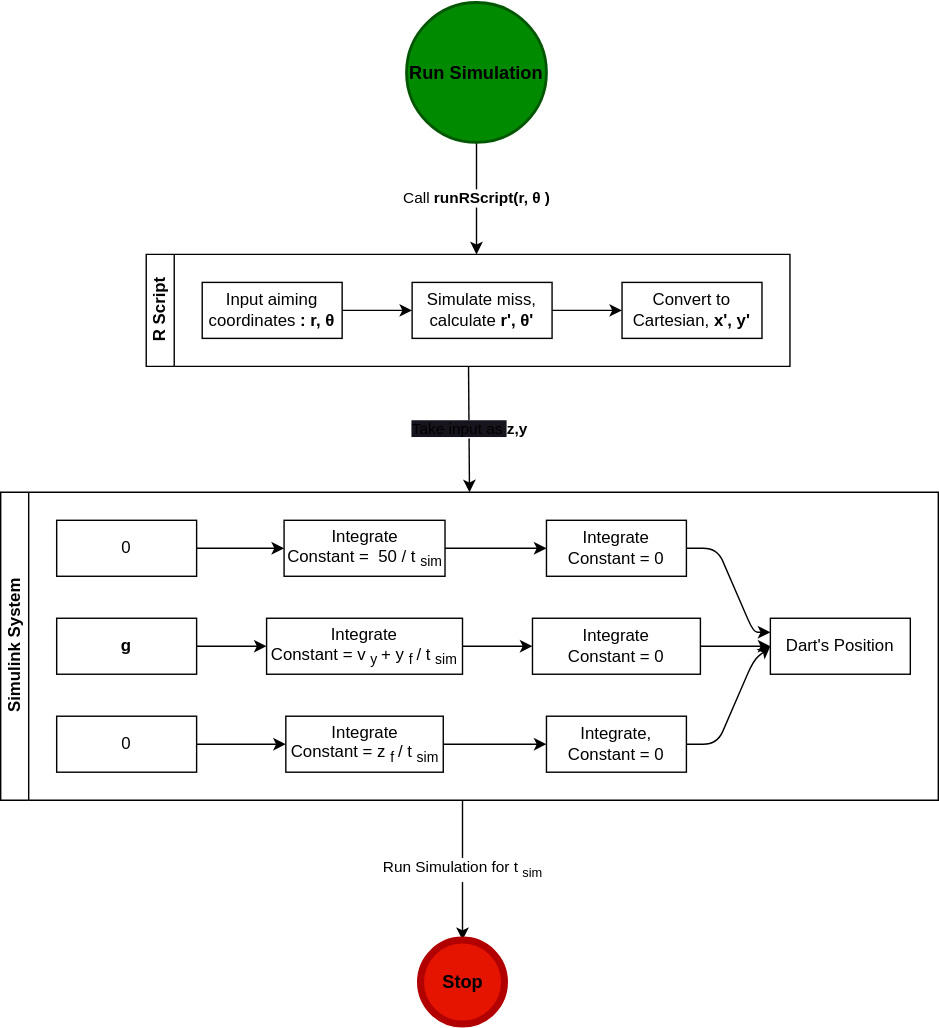
Before: img/projFlow.drawio.svg, a diagram exported from draw.io (ojaroker/Darts). Source tidied: cells renumbered, new cells last; positions are measured from the earlier drawing's top-left corner, leaving out a move shared by most shapes.
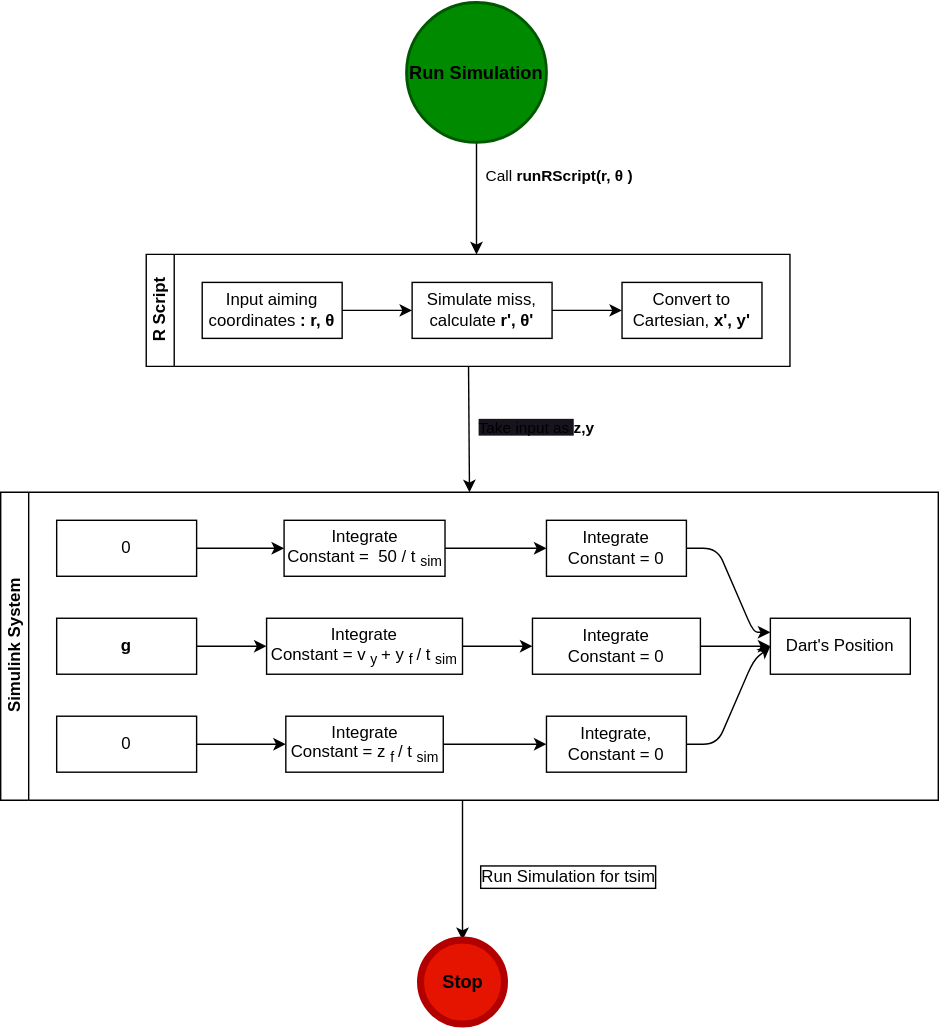
After the change.

What changed in the source:
```diff
@@ -2,7 +2,7 @@
   <root>
     <mxCell id="0" />
     <mxCell id="1" parent="0" />
-    <mxCell id="2" value="&lt;span style=&quot;border-color: rgb(0, 0, 0); color: rgb(0, 0, 0); font-family: Helvetica; font-size: 11px; font-style: normal; font-variant-ligatures: normal; font-variant-caps: normal; font-weight: 400; letter-spacing: normal; orphans: 2; text-align: center; text-indent: 0px; text-transform: none; widows: 2; word-spacing: 0px; -webkit-text-stroke-width: 0px; text-decoration-thickness: initial; text-decoration-style: initial; text-decoration-color: initial;&quot;&gt;Call&amp;nbsp;&lt;/span&gt;&lt;b style=&quot;border-color: rgb(0, 0, 0); color: rgb(0, 0, 0); font-family: Helvetica; font-size: 11px; font-style: normal; font-variant-ligatures: normal; font-variant-caps: normal; letter-spacing: normal; orphans: 2; text-align: center; text-indent: 0px; text-transform: none; widows: 2; word-spacing: 0px; -webkit-text-stroke-width: 0px; text-decoration-thickness: initial; text-decoration-style: initial; text-decoration-color: initial;&quot;&gt;runRScript(r,&lt;/b&gt;&lt;span style=&quot;border-color: rgb(0, 0, 0); color: rgb(0, 0, 0); font-family: Helvetica; font-size: 11px; font-style: normal; font-variant-ligatures: normal; font-variant-caps: normal; font-weight: 400; letter-spacing: normal; orphans: 2; text-indent: 0px; text-transform: none; widows: 2; word-spacing: 0px; -webkit-text-stroke-width: 0px; text-decoration-thickness: initial; text-decoration-style: initial; text-decoration-color: initial; text-align: start;&quot;&gt;&lt;b style=&quot;border-color: rgb(0, 0, 0);&quot;&gt;θ&lt;/b&gt;&lt;/span&gt;&lt;b style=&quot;border-color: rgb(0, 0, 0); color: rgb(0, 0, 0); font-family: Helvetica; font-size: 11px; font-style: normal; font-variant-ligatures: normal; font-variant-caps: normal; letter-spacing: normal; orphans: 2; text-align: center; text-indent: 0px; text-transform: none; widows: 2; word-spacing: 0px; -webkit-text-stroke-width: 0px; text-decoration-thickness: initial; text-decoration-style: initial; text-decoration-color: initial;&quot;&gt;)&lt;/b&gt;" style="edgeStyle=none;html=1;fontColor=#000000;" parent="1" edge="1" source="3">
+    <mxCell id="2" style="edgeStyle=none;html=1;fontColor=#000000;" parent="1" edge="1" source="3">
       <mxGeometry relative="1" as="geometry">
         <mxPoint x="340" y="180" as="targetPoint" />
       </mxGeometry>
@@ -10,8 +10,8 @@
     <mxCell id="3" value="&lt;font size=&quot;1&quot; color=&quot;#000000&quot;&gt;&lt;b style=&quot;font-size: 13px;&quot;&gt;Run Simulation&lt;/b&gt;&lt;/font&gt;" style="strokeWidth=2;html=1;shape=mxgraph.flowchart.start_2;whiteSpace=wrap;fillColor=#008a00;fontColor=#ffffff;strokeColor=#005700;" parent="1" vertex="1">
       <mxGeometry x="290" width="100" height="100" as="geometry" />
     </mxCell>
-    <mxCell id="4" value="&lt;span style=&quot;color: rgb(0, 0, 0); font-family: Helvetica; font-size: 11px; font-style: normal; font-variant-ligatures: normal; font-variant-caps: normal; font-weight: 400; letter-spacing: normal; orphans: 2; text-align: center; text-indent: 0px; text-transform: none; widows: 2; word-spacing: 0px; -webkit-text-stroke-width: 0px; background-color: rgb(24, 20, 29); text-decoration-thickness: initial; text-decoration-style: initial; text-decoration-color: initial; float: none; display: inline !important;&quot;&gt;Take input as&lt;span&gt;&amp;nbsp;&lt;/span&gt;&lt;/span&gt;&lt;b style=&quot;border-color: rgb(0, 0, 0); color: rgb(0, 0, 0); font-family: Helvetica; font-size: 11px; font-style: normal; font-variant-ligatures: normal; font-variant-caps: normal; letter-spacing: normal; orphans: 2; text-align: center; text-indent: 0px; text-transform: none; widows: 2; word-spacing: 0px; -webkit-text-stroke-width: 0px; text-decoration-thickness: initial; text-decoration-style: initial; text-decoration-color: initial;&quot;&gt;z,y&lt;/b&gt;" style="edgeStyle=none;html=1;fontColor=#000000;entryX=0.5;entryY=0;entryDx=0;entryDy=0;" parent="1" edge="1" source="5" target="12">
-      <mxGeometry relative="1" as="geometry" />
+    <mxCell id="4" style="edgeStyle=none;html=1;fontColor=#000000;entryX=0.5;entryY=0;entryDx=0;entryDy=0;" parent="1" edge="1" source="5" target="12">
+      <mxGeometry x="-0.11" y="25" relative="1" as="geometry" />
     </mxCell>
     <mxCell id="5" value="R Script" style="swimlane;html=1;startSize=20;horizontal=0;flowOrientation=west;interRankCellSpacing=50;containerType=tree;fontSize=12;" parent="1" vertex="1">
       <mxGeometry x="104" y="180" width="460" height="80" as="geometry" />
@@ -41,7 +41,7 @@
     <mxCell id="10" value="Convert to Cartesian, &lt;b&gt;x', y'&lt;/b&gt;" style="whiteSpace=wrap;html=1;align=center;" parent="5" vertex="1">
       <mxGeometry x="340" y="20" width="100" height="40" as="geometry" />
     </mxCell>
-    <mxCell id="11" value="&lt;span style=&quot;color: rgb(0, 0, 0); font-family: Helvetica; font-size: 11px; font-style: normal; font-variant-ligatures: normal; font-variant-caps: normal; font-weight: 400; letter-spacing: normal; orphans: 2; text-align: center; text-indent: 0px; text-transform: none; widows: 2; word-spacing: 0px; -webkit-text-stroke-width: 0px; background-color: rgb(255, 255, 255); text-decoration-thickness: initial; text-decoration-style: initial; text-decoration-color: initial; float: none; display: inline !important;&quot;&gt;Run Simulation for t&lt;/span&gt;&lt;sub style=&quot;border-color: rgb(0, 0, 0); color: rgb(0, 0, 0); font-family: Helvetica; font-style: normal; font-variant-ligatures: normal; font-variant-caps: normal; font-weight: 400; letter-spacing: normal; orphans: 2; text-align: center; text-indent: 0px; text-transform: none; widows: 2; word-spacing: 0px; -webkit-text-stroke-width: 0px; text-decoration-thickness: initial; text-decoration-style: initial; text-decoration-color: initial;&quot;&gt;sim&lt;/sub&gt;" style="edgeStyle=none;html=1;fontColor=#000000;" parent="1" edge="1" target="42">
+    <mxCell id="11" style="edgeStyle=none;html=1;fontColor=#000000;" parent="1" edge="1" target="42">
       <mxGeometry relative="1" as="geometry">
         <mxPoint x="330" y="570" as="sourcePoint" />
       </mxGeometry>
@@ -184,5 +184,14 @@
     <mxCell id="42" value="&lt;b&gt;&lt;font color=&quot;#000000&quot;&gt;Stop&lt;/font&gt;&lt;/b&gt;" style="shape=ellipse;html=1;dashed=0;whitespace=wrap;strokeWidth=5;perimeter=ellipsePerimeter;fontSize=13;fontColor=#ffffff;fillColor=#e51400;strokeColor=#B20000;" parent="1" vertex="1">
       <mxGeometry x="300" y="670" width="60" height="60" as="geometry" />
     </mxCell>
+    <mxCell id="43" value="&lt;span style=&quot;border-color: rgb(0, 0, 0); color: rgb(0, 0, 0); font-family: Helvetica; font-size: 11px; font-style: normal; font-variant-ligatures: normal; font-variant-caps: normal; font-weight: 400; letter-spacing: normal; orphans: 2; text-align: center; text-indent: 0px; text-transform: none; widows: 2; word-spacing: 0px; -webkit-text-stroke-width: 0px; text-decoration-thickness: initial; text-decoration-style: initial; text-decoration-color: initial;&quot;&gt;Call&amp;nbsp;&lt;/span&gt;&lt;b style=&quot;border-color: rgb(0, 0, 0); color: rgb(0, 0, 0); font-family: Helvetica; font-size: 11px; font-style: normal; font-variant-ligatures: normal; font-variant-caps: normal; letter-spacing: normal; orphans: 2; text-align: center; text-indent: 0px; text-transform: none; widows: 2; word-spacing: 0px; -webkit-text-stroke-width: 0px; text-decoration-thickness: initial; text-decoration-style: initial; text-decoration-color: initial;&quot;&gt;runRScript(r,&lt;/b&gt;&lt;span style=&quot;border-color: rgb(0, 0, 0); color: rgb(0, 0, 0); font-family: Helvetica; font-size: 11px; font-style: normal; font-variant-ligatures: normal; font-variant-caps: normal; font-weight: 400; letter-spacing: normal; orphans: 2; text-indent: 0px; text-transform: none; widows: 2; word-spacing: 0px; -webkit-text-stroke-width: 0px; text-decoration-thickness: initial; text-decoration-style: initial; text-decoration-color: initial; text-align: start;&quot;&gt;&lt;b style=&quot;border-color: rgb(0, 0, 0);&quot;&gt;θ&lt;/b&gt;&lt;/span&gt;&lt;b style=&quot;border-color: rgb(0, 0, 0); color: rgb(0, 0, 0); font-family: Helvetica; font-size: 11px; font-style: normal; font-variant-ligatures: normal; font-variant-caps: normal; letter-spacing: normal; orphans: 2; text-align: center; text-indent: 0px; text-transform: none; widows: 2; word-spacing: 0px; -webkit-text-stroke-width: 0px; text-decoration-thickness: initial; text-decoration-style: initial; text-decoration-color: initial;&quot;&gt;)&lt;/b&gt;" style="text;whiteSpace=wrap;html=1;fontColor=#000000;" parent="1" vertex="1">
+      <mxGeometry x="345" y="110" width="115" height="30" as="geometry" />
+    </mxCell>
+    <mxCell id="44" value="&lt;span style=&quot;border-color: rgb(0, 0, 0); color: rgb(0, 0, 0); font-family: Helvetica; font-size: 11px; font-style: normal; font-variant-ligatures: normal; font-variant-caps: normal; font-weight: 400; letter-spacing: normal; orphans: 2; text-align: center; text-indent: 0px; text-transform: none; widows: 2; word-spacing: 0px; -webkit-text-stroke-width: 0px; background-color: rgb(24, 20, 29); text-decoration-thickness: initial; text-decoration-style: initial; text-decoration-color: initial; float: none; display: inline !important;&quot;&gt;Take input as&lt;span style=&quot;border-color: rgb(0, 0, 0);&quot;&gt;&amp;nbsp;&lt;/span&gt;&lt;/span&gt;&lt;b style=&quot;border-color: rgb(0, 0, 0); color: rgb(0, 0, 0); font-family: Helvetica; font-size: 11px; font-style: normal; font-variant-ligatures: normal; font-variant-caps: normal; letter-spacing: normal; orphans: 2; text-align: center; text-indent: 0px; text-transform: none; widows: 2; word-spacing: 0px; -webkit-text-stroke-width: 0px; text-decoration-thickness: initial; text-decoration-style: initial; text-decoration-color: initial;&quot;&gt;z,y&lt;/b&gt;" style="text;whiteSpace=wrap;html=1;fontColor=#000000;" parent="1" vertex="1">
+      <mxGeometry x="340" y="290" width="120" height="40" as="geometry" />
+    </mxCell>
+    <mxCell id="45" value="Run Simulation for tsim" style="text;html=1;strokeColor=none;fillColor=none;align=center;verticalAlign=middle;whiteSpace=wrap;rounded=0;labelBackgroundColor=#FFFFFF;labelBorderColor=default;fontColor=#000000;" parent="1" vertex="1">
+      <mxGeometry x="332" y="610" width="148" height="30" as="geometry" />
+    </mxCell>
   </root>
 </mxGraphModel>
```
